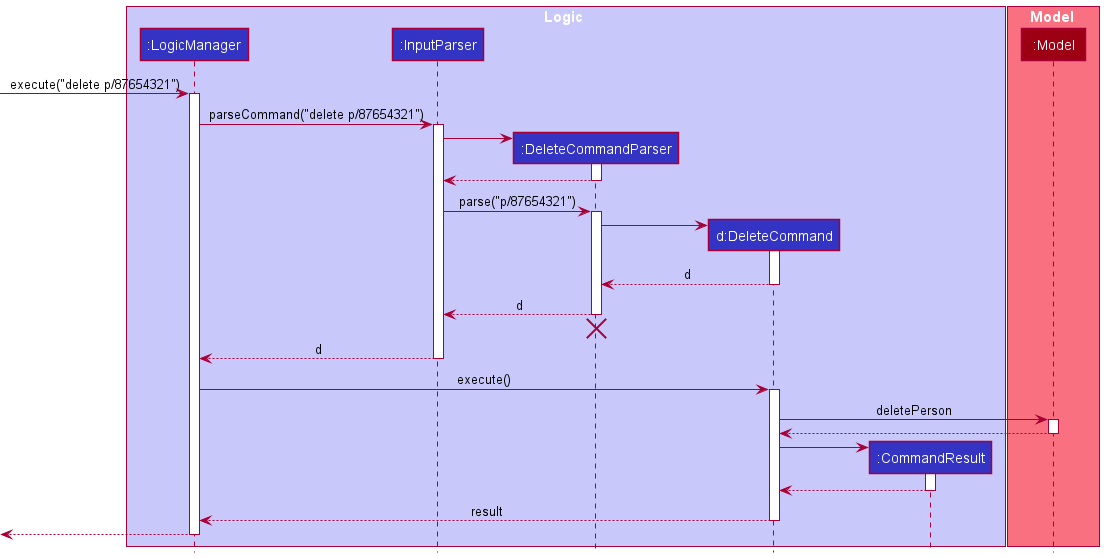
Earlier version of the PlantUML export docs/images/DeleteSequenceDiagram.png (vigneshsankariyer1234567890/tp).
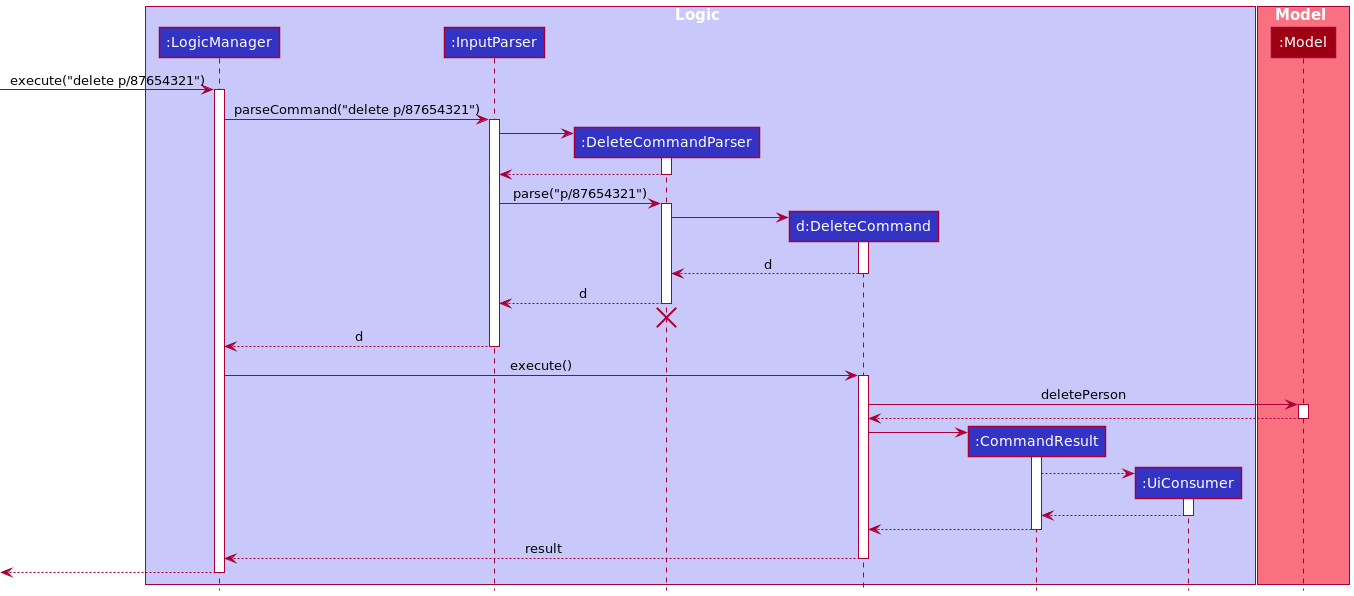
After the change.

The edit, as a diff of the source:
```diff
@@ -7,6 +7,7 @@
 participant ":DeleteCommandParser" as DeleteCommandParser LOGIC_COLOR
 participant "d:DeleteCommand" as DeleteCommand LOGIC_COLOR
 participant ":CommandResult" as CommandResult LOGIC_COLOR
+participant ":UiConsumer" as UiConsumer LOGIC_COLOR
 end box
 
 box Model MODEL_COLOR_T1
@@ -58,6 +59,12 @@
 DeleteCommand -> CommandResult
 activate CommandResult
 
+create UiConsumer
+CommandResult --> UiConsumer
+activate UiConsumer
+UiConsumer --> CommandResult
+deactivate UiConsumer
+
 CommandResult --> DeleteCommand
 deactivate CommandResult
 
```
